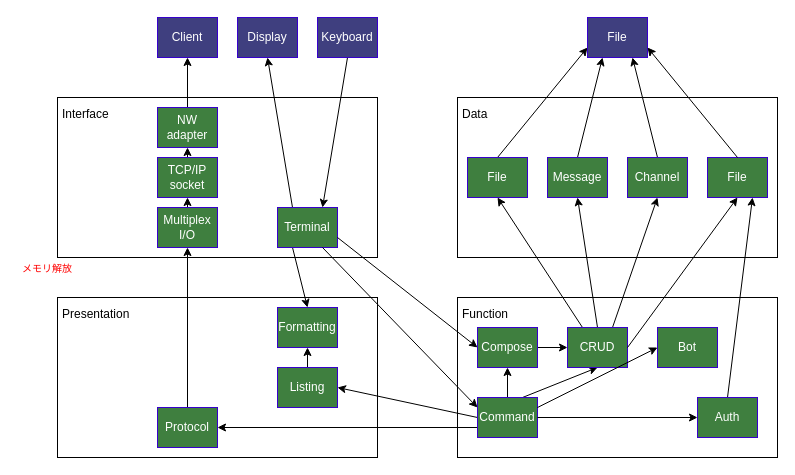
The draw.io diagram page "Architecture" (1 of 2) of irc_design.drawio in yunixuma/myIRC, before the edit. Source tidied: cells renumbered, new cells numbered last; positions are measured from the earlier drawing's top-left corner, leaving out a move shared by most shapes. Both pictures are drawn from the tidied source at 100%, with x=0, y=0 at pixel (17, 17).
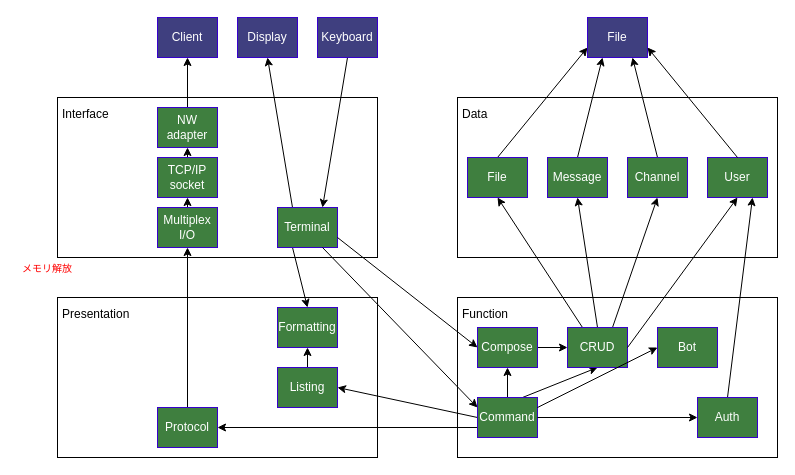
The same page after the edit.

What changed in the source:
```diff
@@
-    <mxCell id="48" value="File" style="rounded=0;whiteSpace=wrap;html=1;fillColor=#3F7F3F;fontColor=#ffffff;strokeColor=#3700CC;" parent="1" vertex="1">
+    <mxCell id="48" value="User" style="rounded=0;whiteSpace=wrap;html=1;fillColor=#3F7F3F;fontColor=#ffffff;strokeColor=#3700CC;" parent="1" vertex="1">
       <mxGeometry x="690" y="140" width="60" height="40" as="geometry" />
     </mxCell>
```
